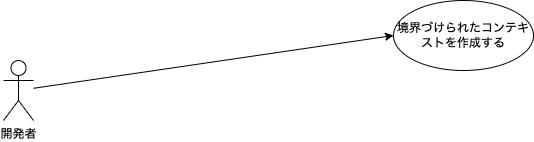
The draw.io diagram docs/design/usecase/boundedContext/BoundedContextUseCase.png in rinotc/simple-domain-modeling-tool, before a commit. Source tidied: cells renumbered, new cells last; positions are measured from the earlier drawing's top-left corner, leaving out a move shared by most shapes. The source it was exported from:
```xml
<mxGraphModel>
  <root>
    <mxCell id="0" />
    <mxCell id="1" parent="0" />
    <mxCell id="2" style="rounded=0;jettySize=auto;html=1;entryX=0;entryY=0.5;entryDx=0;entryDy=0;" parent="1" edge="1" source="3" target="4">
      <mxGeometry relative="1" as="geometry" />
    </mxCell>
    <mxCell id="3" value="開発者" style="shape=umlActor;verticalLabelPosition=bottom;verticalAlign=top;html=1;outlineConnect=0;" parent="1" vertex="1">
      <mxGeometry y="60" width="30" height="60" as="geometry" />
    </mxCell>
    <mxCell id="4" value="境界づけられたコンテキストを作成する" style="ellipse;whiteSpace=wrap;html=1;" parent="1" vertex="1">
      <mxGeometry x="390" width="140" height="70" as="geometry" />
    </mxCell>
  </root>
</mxGraphModel>
```
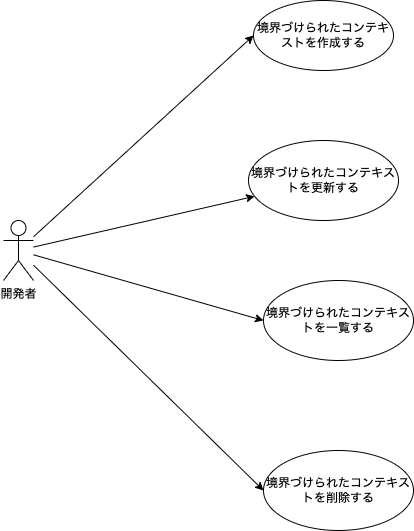
Later version of the same file.

Diff of the diagram source:
```diff
@@ -5,11 +5,29 @@
     <mxCell id="2" style="rounded=0;jettySize=auto;html=1;entryX=0;entryY=0.5;entryDx=0;entryDy=0;" parent="1" edge="1" source="3" target="4">
       <mxGeometry relative="1" as="geometry" />
     </mxCell>
+    <mxCell id="5" style="rounded=0;jettySize=auto;html=1;" parent="1" edge="1" source="3" target="8">
+      <mxGeometry relative="1" as="geometry" />
+    </mxCell>
+    <mxCell id="6" style="edgeStyle=none;rounded=0;jettySize=auto;html=1;entryX=0;entryY=0.5;entryDx=0;entryDy=0;" parent="1" edge="1" source="3" target="9">
+      <mxGeometry relative="1" as="geometry" />
+    </mxCell>
+    <mxCell id="7" style="edgeStyle=none;rounded=0;jettySize=auto;html=1;entryX=0;entryY=0.5;entryDx=0;entryDy=0;" parent="1" edge="1" source="3" target="10">
+      <mxGeometry relative="1" as="geometry" />
+    </mxCell>
     <mxCell id="3" value="開発者" style="shape=umlActor;verticalLabelPosition=bottom;verticalAlign=top;html=1;outlineConnect=0;" parent="1" vertex="1">
       <mxGeometry y="60" width="30" height="60" as="geometry" />
     </mxCell>
     <mxCell id="4" value="境界づけられたコンテキストを作成する" style="ellipse;whiteSpace=wrap;html=1;" parent="1" vertex="1">
-      <mxGeometry x="390" width="140" height="70" as="geometry" />
+      <mxGeometry x="250" y="-160" width="140" height="70" as="geometry" />
     </mxCell>
+    <mxCell id="8" value="境界づけられたコンテキストを更新する" style="ellipse;whiteSpace=wrap;html=1;" parent="1" vertex="1">
+      <mxGeometry x="245" y="-20" width="150" height="80" as="geometry" />
+    </mxCell>
+    <mxCell id="9" value="境界づけられたコンテキストを一覧する" style="ellipse;whiteSpace=wrap;html=1;" parent="1" vertex="1">
+      <mxGeometry x="260" y="120" width="150" height="80" as="geometry" />
+    </mxCell>
+    <mxCell id="10" value="境界づけられたコンテキストを削除する" style="ellipse;whiteSpace=wrap;html=1;" parent="1" vertex="1">
+      <mxGeometry x="260" y="290" width="150" height="80" as="geometry" />
+    </mxCell>
   </root>
 </mxGraphModel>
```
